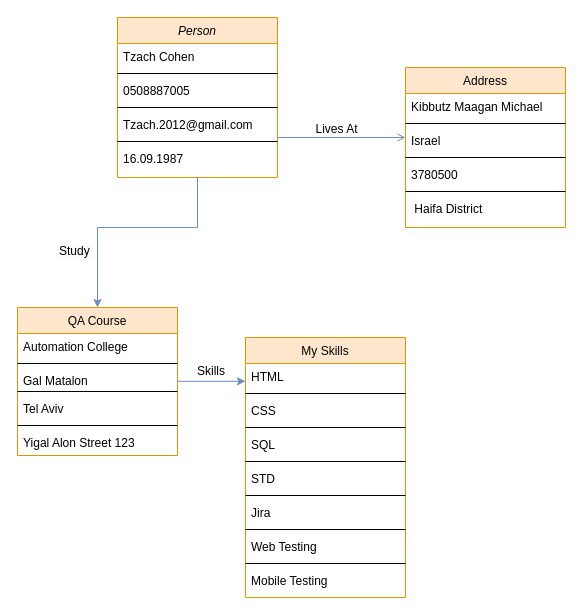
Before: Untitled Diagram.drawio.xml in TzachCohen/html, a draw.io diagram. Source tidied: cells renumbered, new cells numbered last; positions are measured from the earlier drawing's top-left corner, leaving out a move shared by most shapes. Both pictures are drawn from the tidied source at 100%, with x=0, y=0 at pixel (17, 17).
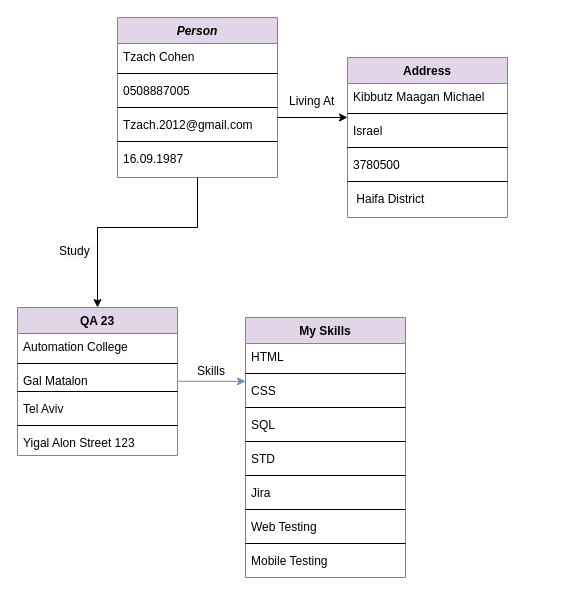
After the change.

Unchanged cells that the change refers to:
```xml
<mxCell id="35" value="Israel" style="text;align=left;verticalAlign=top;spacingLeft=4;spacingRight=4;overflow=hidden;points=[[0,0.5],[1,0.5]];portConstraint=eastwest;rounded=0;shadow=0;html=0;" parent="32" vertex="1">
  <mxGeometry y="60" width="160" height="26" as="geometry" />
</mxCell>
```

Diff of the diagram source:
```diff
@@
-    <mxCell id="0" />
-    <mxCell id="1" parent="0" />
+    <mxCell id="46" />
+    <mxCell id="47" parent="46" />
-    <mxCell id="2" value="Person" style="swimlane;fontStyle=2;align=center;verticalAlign=top;horizontal=1;startSize=26;rounded=0;shadow=0;strokeWidth=1;fillColor=#ffe6cc;strokeColor=#d79b00;" parent="1" vertex="1">
+    <mxCell id="2" value="Person" style="swimlane;fontStyle=3;align=center;verticalAlign=top;horizontal=1;startSize=26;rounded=0;shadow=0;strokeWidth=1;fillColor=#e1d5e7;strokeColor=#9673a6;" parent="47" vertex="1">
       <mxGeometry x="100" width="160" height="160" as="geometry" />
     </mxCell>
@@
-    <mxCell id="4" style="line;html=1;strokeWidth=1;align=left;verticalAlign=middle;spacingTop=-1;spacingLeft=3;spacingRight=3;labelPosition=right;" parent="2" vertex="1">
-      <mxGeometry y="52" width="160" height="8" as="geometry" />
-    </mxCell>
+    <mxCell id="48" style="line;html=1;strokeWidth=1;align=left;verticalAlign=middle;spacingTop=-1;spacingLeft=3;spacingRight=3;labelPosition=right;" parent="2" vertex="1">
+      <mxGeometry y="52" width="160" height="8" as="geometry" />
+    </mxCell>
@@
-    <mxCell id="6" style="line;html=1;strokeWidth=1;align=left;verticalAlign=middle;spacingTop=-1;spacingLeft=3;spacingRight=3;labelPosition=right;" parent="2" vertex="1">
-      <mxGeometry y="86" width="160" height="8" as="geometry" />
-    </mxCell>
+    <mxCell id="49" style="line;html=1;strokeWidth=1;align=left;verticalAlign=middle;spacingTop=-1;spacingLeft=3;spacingRight=3;labelPosition=right;" parent="2" vertex="1">
+      <mxGeometry y="86" width="160" height="8" as="geometry" />
+    </mxCell>
@@
-    <mxCell id="8" style="line;html=1;strokeWidth=1;align=left;verticalAlign=middle;spacingTop=-1;spacingLeft=3;spacingRight=3;labelPosition=right;" parent="2" vertex="1">
-      <mxGeometry y="120" width="160" height="8" as="geometry" />
-    </mxCell>
+    <mxCell id="50" style="line;html=1;strokeWidth=1;align=left;verticalAlign=middle;spacingTop=-1;spacingLeft=3;spacingRight=3;labelPosition=right;" parent="2" vertex="1">
+      <mxGeometry y="120" width="160" height="8" as="geometry" />
+    </mxCell>
@@
-    <mxCell id="10" value="QA Course" style="swimlane;fontStyle=0;align=center;verticalAlign=top;horizontal=1;startSize=26;rounded=0;shadow=0;strokeWidth=1;fillColor=#ffe6cc;strokeColor=#d79b00;" parent="1" vertex="1">
-      <mxGeometry y="290" width="160" height="148" as="geometry" />
-    </mxCell>
+    <mxCell id="51" value="QA 23" style="swimlane;fontStyle=1;align=center;verticalAlign=top;horizontal=1;startSize=26;rounded=0;shadow=0;strokeWidth=1;fillColor=#e1d5e7;strokeColor=#9673a6;" parent="47" vertex="1">
+      <mxGeometry y="290" width="160" height="148" as="geometry" />
+    </mxCell>
-    <mxCell id="11" value="Automation College" style="text;align=left;verticalAlign=top;spacingLeft=4;spacingRight=4;overflow=hidden;" parent="10" vertex="1">
+    <mxCell id="11" value="Automation College" style="text;align=left;verticalAlign=top;spacingLeft=4;spacingRight=4;overflow=hidden;" parent="51" vertex="1">
       <mxGeometry y="26" width="160" height="26" as="geometry" />
     </mxCell>
-    <mxCell id="12" style="line;html=1;strokeWidth=1;align=left;verticalAlign=middle;spacingTop=-1;spacingLeft=3;spacingRight=3;labelPosition=right;" parent="10" vertex="1">
-      <mxGeometry y="52" width="160" height="8" as="geometry" />
-    </mxCell>
+    <mxCell id="52" style="line;html=1;strokeWidth=1;align=left;verticalAlign=middle;spacingTop=-1;spacingLeft=3;spacingRight=3;labelPosition=right;" parent="51" vertex="1">
+      <mxGeometry y="52" width="160" height="8" as="geometry" />
+    </mxCell>
-    <mxCell id="13" value="Gal Matalon" style="text;align=left;verticalAlign=top;spacingLeft=4;spacingRight=4;overflow=hidden;rounded=0;shadow=0;html=0;" parent="10" vertex="1">
+    <mxCell id="13" value="Gal Matalon" style="text;align=left;verticalAlign=top;spacingLeft=4;spacingRight=4;overflow=hidden;rounded=0;shadow=0;html=0;" parent="51" vertex="1">
       <mxGeometry y="60" width="160" height="20" as="geometry" />
     </mxCell>
-    <mxCell id="14" style="line;html=1;strokeWidth=1;align=left;verticalAlign=middle;spacingTop=-1;spacingLeft=3;spacingRight=3;labelPosition=right;" parent="10" vertex="1">
+    <mxCell id="14" style="line;html=1;strokeWidth=1;align=left;verticalAlign=middle;spacingTop=-1;spacingLeft=3;spacingRight=3;labelPosition=right;" parent="51" vertex="1">
       <mxGeometry y="80" width="160" height="8" as="geometry" />
     </mxCell>
-    <mxCell id="15" value="Tel Aviv&#10;" style="text;align=left;verticalAlign=top;spacingLeft=4;spacingRight=4;overflow=hidden;fontStyle=0;" parent="10" vertex="1">
+    <mxCell id="15" value="Tel Aviv&#10;" style="text;align=left;verticalAlign=top;spacingLeft=4;spacingRight=4;overflow=hidden;fontStyle=0;" parent="51" vertex="1">
       <mxGeometry y="88" width="160" height="26" as="geometry" />
     </mxCell>
-    <mxCell id="16" style="line;html=1;strokeWidth=1;align=left;verticalAlign=middle;spacingTop=-1;spacingLeft=3;spacingRight=3;labelPosition=right;" parent="10" vertex="1">
+    <mxCell id="16" style="line;html=1;strokeWidth=1;align=left;verticalAlign=middle;spacingTop=-1;spacingLeft=3;spacingRight=3;labelPosition=right;" parent="51" vertex="1">
       <mxGeometry y="114" width="160" height="8" as="geometry" />
     </mxCell>
-    <mxCell id="17" value="Yigal Alon Street 123" style="text;align=left;verticalAlign=top;spacingLeft=4;spacingRight=4;overflow=hidden;" parent="10" vertex="1">
+    <mxCell id="17" value="Yigal Alon Street 123" style="text;align=left;verticalAlign=top;spacingLeft=4;spacingRight=4;overflow=hidden;" parent="51" vertex="1">
       <mxGeometry y="122" width="160" height="26" as="geometry" />
     </mxCell>
-    <mxCell id="18" value="My Skills" style="swimlane;fontStyle=0;align=center;verticalAlign=top;horizontal=1;startSize=26;rounded=0;shadow=0;strokeWidth=1;fillColor=#ffe6cc;strokeColor=#d79b00;" parent="1" vertex="1">
-      <mxGeometry x="228" y="320" width="160" height="260" as="geometry" />
+    <mxCell id="18" value="My Skills" style="swimlane;fontStyle=1;align=center;verticalAlign=top;horizontal=1;startSize=26;rounded=0;shadow=0;strokeWidth=1;fillColor=#e1d5e7;strokeColor=#9673a6;" parent="47" vertex="1">
+      <mxGeometry x="228" y="300" width="160" height="260" as="geometry" />
     </mxCell>
@@
-    <mxCell id="20" style="line;html=1;strokeWidth=1;align=left;verticalAlign=middle;spacingTop=-1;spacingLeft=3;spacingRight=3;labelPosition=right;" parent="18" vertex="1">
-      <mxGeometry y="52" width="160" height="8" as="geometry" />
-    </mxCell>
+    <mxCell id="53" style="line;html=1;strokeWidth=1;align=left;verticalAlign=middle;spacingTop=-1;spacingLeft=3;spacingRight=3;labelPosition=right;" parent="18" vertex="1">
+      <mxGeometry y="52" width="160" height="8" as="geometry" />
+    </mxCell>
@@
-    <mxCell id="22" style="line;html=1;strokeWidth=1;align=left;verticalAlign=middle;spacingTop=-1;spacingLeft=3;spacingRight=3;labelPosition=right;" parent="18" vertex="1">
-      <mxGeometry y="86" width="160" height="8" as="geometry" />
-    </mxCell>
+    <mxCell id="54" style="line;html=1;strokeWidth=1;align=left;verticalAlign=middle;spacingTop=-1;spacingLeft=3;spacingRight=3;labelPosition=right;" parent="18" vertex="1">
+      <mxGeometry y="86" width="160" height="8" as="geometry" />
+    </mxCell>
@@
-    <mxCell id="24" style="line;html=1;strokeWidth=1;align=left;verticalAlign=middle;spacingTop=-1;spacingLeft=3;spacingRight=3;labelPosition=right;" parent="18" vertex="1">
-      <mxGeometry y="120" width="160" height="8" as="geometry" />
-    </mxCell>
+    <mxCell id="55" style="line;html=1;strokeWidth=1;align=left;verticalAlign=middle;spacingTop=-1;spacingLeft=3;spacingRight=3;labelPosition=right;" parent="18" vertex="1">
+      <mxGeometry y="120" width="160" height="8" as="geometry" />
+    </mxCell>
@@
-    <mxCell id="32" value="Address" style="swimlane;fontStyle=0;align=center;verticalAlign=top;horizontal=1;startSize=26;rounded=0;shadow=0;strokeWidth=1;fillColor=#ffe6cc;strokeColor=#d79b00;" parent="1" vertex="1">
-      <mxGeometry x="388" y="50" width="160" height="160" as="geometry" />
+    <mxCell id="32" value="Address" style="swimlane;fontStyle=1;align=center;verticalAlign=top;horizontal=1;startSize=26;rounded=0;shadow=0;strokeWidth=1;fillColor=#e1d5e7;strokeColor=#9673a6;" parent="47" vertex="1">
+      <mxGeometry x="330" y="40" width="160" height="160" as="geometry" />
     </mxCell>
@@
-    <mxCell id="34" style="line;html=1;strokeWidth=1;align=left;verticalAlign=middle;spacingTop=-1;spacingLeft=3;spacingRight=3;labelPosition=right;" parent="32" vertex="1">
-      <mxGeometry y="52" width="160" height="8" as="geometry" />
-    </mxCell>
+    <mxCell id="56" style="line;html=1;strokeWidth=1;align=left;verticalAlign=middle;spacingTop=-1;spacingLeft=3;spacingRight=3;labelPosition=right;" parent="32" vertex="1">
+      <mxGeometry y="52" width="160" height="8" as="geometry" />
+    </mxCell>
@@
-    <mxCell id="36" style="line;html=1;strokeWidth=1;align=left;verticalAlign=middle;spacingTop=-1;spacingLeft=3;spacingRight=3;labelPosition=right;" parent="32" vertex="1">
-      <mxGeometry y="86" width="160" height="8" as="geometry" />
-    </mxCell>
+    <mxCell id="57" style="line;html=1;strokeWidth=1;align=left;verticalAlign=middle;spacingTop=-1;spacingLeft=3;spacingRight=3;labelPosition=right;" parent="32" vertex="1">
+      <mxGeometry y="86" width="160" height="8" as="geometry" />
+    </mxCell>
@@
-    <mxCell id="38" style="line;html=1;strokeWidth=1;align=left;verticalAlign=middle;spacingTop=-1;spacingLeft=3;spacingRight=3;labelPosition=right;" parent="32" vertex="1">
-      <mxGeometry y="120" width="160" height="8" as="geometry" />
-    </mxCell>
+    <mxCell id="58" style="line;html=1;strokeWidth=1;align=left;verticalAlign=middle;spacingTop=-1;spacingLeft=3;spacingRight=3;labelPosition=right;" parent="32" vertex="1">
+      <mxGeometry y="120" width="160" height="8" as="geometry" />
+    </mxCell>
@@
-    <mxCell id="40" style="endArrow=open;shadow=0;strokeWidth=1;rounded=0;endFill=1;edgeStyle=elbowEdgeStyle;elbow=vertical;fillColor=#dae8fc;strokeColor=#6c8ebf;" parent="1" edge="1">
-      <mxGeometry x="0.5" y="41" relative="1" as="geometry">
-        <mxPoint x="260" y="120" as="sourcePoint" />
-        <mxPoint x="388" y="120" as="targetPoint" />
-        <mxPoint x="-40" y="32" as="offset" />
-      </mxGeometry>
-    </mxCell>
-    <mxCell id="41" value="Lives At" style="text;html=1;align=center;verticalAlign=middle;labelBackgroundColor=none;rounded=0;shadow=0;strokeWidth=1;fontSize=12;" parent="40" vertex="1">
-      <mxGeometry x="0.5" y="49" relative="1" as="geometry">
-        <mxPoint x="-38" y="40" as="offset" />
-      </mxGeometry>
-    </mxCell>
-    <mxCell id="42" style="endArrow=classic;html=1;rounded=0;exitX=0.5;exitY=1;exitDx=0;exitDy=0;entryX=0.5;entryY=0;entryDx=0;entryDy=0;fillColor=#dae8fc;strokeColor=#6c8ebf;" parent="1" edge="1" source="2" target="10">
-      <mxGeometry relative="1" as="geometry">
-        <Array as="points">
-          <mxPoint x="180" y="210" />
-          <mxPoint x="80" y="210" />
-        </Array>
-      </mxGeometry>
-    </mxCell>
-    <mxCell id="43" style="endArrow=classic;html=1;rounded=0;entryX=0;entryY=0.154;entryDx=0;entryDy=0;entryPerimeter=0;fillColor=#dae8fc;strokeColor=#6c8ebf;" parent="1" edge="1">
-      <mxGeometry relative="1" as="geometry">
-        <mxPoint x="160" y="363.8" as="sourcePoint" />
-        <mxPoint x="228" y="363.8" as="targetPoint" />
-      </mxGeometry>
-    </mxCell>
+    <mxCell id="59" style="endArrow=classic;html=1;rounded=0;entryX=0;entryY=0.154;entryDx=0;entryDy=0;entryPerimeter=0;fillColor=#dae8fc;strokeColor=#6c8ebf;" parent="47" edge="1">
+      <mxGeometry relative="1" as="geometry">
+        <mxPoint x="160" y="363.8" as="sourcePoint" />
+        <mxPoint x="228" y="363.8" as="targetPoint" />
+      </mxGeometry>
+    </mxCell>
-    <mxCell id="44" value="&lt;span style=&quot;color: rgb(0, 0, 0); font-family: Helvetica; font-size: 12px; font-style: normal; font-variant-ligatures: normal; font-variant-caps: normal; font-weight: 400; letter-spacing: normal; orphans: 2; text-align: center; text-indent: 0px; text-transform: none; widows: 2; word-spacing: 0px; -webkit-text-stroke-width: 0px; background-color: rgb(251, 251, 251); text-decoration-thickness: initial; text-decoration-style: initial; text-decoration-color: initial; float: none; display: inline !important;&quot;&gt;Study&amp;nbsp;&lt;/span&gt;" style="text;whiteSpace=wrap;html=1;" parent="1" vertex="1">
+    <mxCell id="44" value="&lt;span style=&quot;color: rgb(0, 0, 0); font-family: Helvetica; font-size: 12px; font-style: normal; font-variant-ligatures: normal; font-variant-caps: normal; font-weight: 400; letter-spacing: normal; orphans: 2; text-align: center; text-indent: 0px; text-transform: none; widows: 2; word-spacing: 0px; -webkit-text-stroke-width: 0px; background-color: rgb(251, 251, 251); text-decoration-thickness: initial; text-decoration-style: initial; text-decoration-color: initial; float: none; display: inline !important;&quot;&gt;Study&amp;nbsp;&lt;/span&gt;" style="text;whiteSpace=wrap;html=1;" parent="47" vertex="1">
       <mxGeometry x="40" y="220" width="50" height="30" as="geometry" />
     </mxCell>
-    <mxCell id="45" value="&lt;div style=&quot;text-align: center;&quot;&gt;&lt;span style=&quot;background-color: initial;&quot;&gt;Skills&lt;/span&gt;&lt;/div&gt;" style="text;whiteSpace=wrap;html=1;" parent="1" vertex="1">
+    <mxCell id="45" value="&lt;div style=&quot;text-align: center;&quot;&gt;&lt;span style=&quot;background-color: initial;&quot;&gt;Skills&lt;/span&gt;&lt;/div&gt;" style="text;whiteSpace=wrap;html=1;" parent="47" vertex="1">
       <mxGeometry x="178" y="340" width="50" height="30" as="geometry" />
     </mxCell>
+    <mxCell id="60" style="endArrow=classic;html=1;rounded=0;entryX=0;entryY=0;entryDx=0;entryDy=0;entryPerimeter=0;" parent="47" edge="1" target="35">
+      <mxGeometry relative="1" as="geometry">
+        <mxPoint x="260" y="100" as="sourcePoint" />
+      </mxGeometry>
+    </mxCell>
+    <mxCell id="61" style="endArrow=classic;html=1;rounded=0;entryX=0.5;entryY=0;entryDx=0;entryDy=0;" parent="47" edge="1" target="51">
+      <mxGeometry relative="1" as="geometry">
+        <mxPoint x="180" y="160" as="sourcePoint" />
+        <Array as="points">
+          <mxPoint x="180" y="210" />
+          <mxPoint x="80" y="210" />
+        </Array>
+      </mxGeometry>
+    </mxCell>
+    <mxCell id="62" value="&lt;div style=&quot;text-align: center;&quot;&gt;&lt;span style=&quot;background-color: initial;&quot;&gt;Living At&lt;/span&gt;&lt;/div&gt;" style="text;whiteSpace=wrap;html=1;" parent="47" vertex="1">
+      <mxGeometry x="270" y="70" width="70" height="40" as="geometry" />
+    </mxCell>
```
